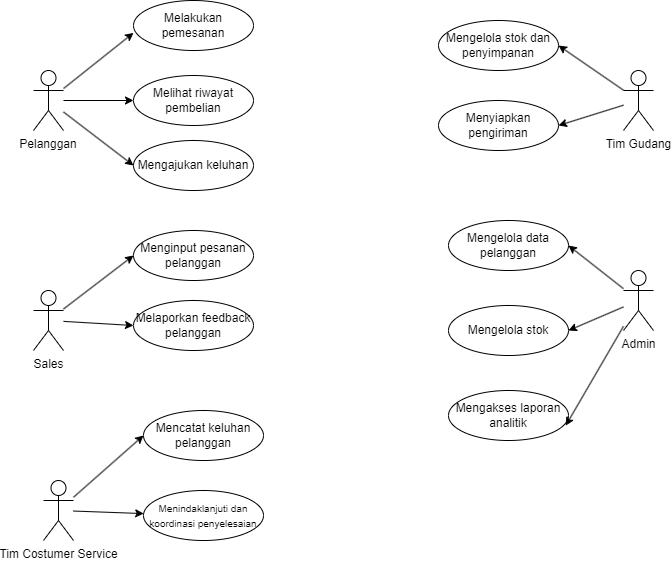
The draw.io diagram usecase.png in Dhegas/diagramSRS, before a commit. Source tidied: cells renumbered, new cells last; positions are measured from the earlier drawing's top-left corner, leaving out a move shared by most shapes. The source it was exported from:
```xml
<mxGraphModel>
  <root>
    <mxCell id="0" />
    <mxCell id="1" parent="0" />
    <mxCell id="2" style="edgeStyle=none;html=1;entryX=0;entryY=0.5;entryDx=0;entryDy=0;" parent="1" edge="1" source="4" target="18">
      <mxGeometry relative="1" as="geometry" />
    </mxCell>
    <mxCell id="3" style="edgeStyle=none;html=1;entryX=0;entryY=0.5;entryDx=0;entryDy=0;" parent="1" edge="1" source="4" target="19">
      <mxGeometry relative="1" as="geometry" />
    </mxCell>
    <mxCell id="4" value="Pelanggan" style="shape=umlActor;verticalLabelPosition=bottom;verticalAlign=top;outlineConnect=0;whiteSpace=wrap;align=center;" parent="1" vertex="1">
      <mxGeometry y="70" width="30" height="60" as="geometry" />
    </mxCell>
    <mxCell id="5" style="edgeStyle=none;html=1;entryX=0;entryY=0.5;entryDx=0;entryDy=0;" parent="1" edge="1" source="7" target="20">
      <mxGeometry relative="1" as="geometry" />
    </mxCell>
    <mxCell id="6" style="edgeStyle=none;html=1;entryX=0;entryY=0.5;entryDx=0;entryDy=0;" parent="1" edge="1" source="7" target="21">
      <mxGeometry relative="1" as="geometry" />
    </mxCell>
    <mxCell id="7" value="Sales" style="shape=umlActor;verticalLabelPosition=bottom;verticalAlign=top;html=1;outlineConnect=0;" parent="1" vertex="1">
      <mxGeometry y="290" width="30" height="60" as="geometry" />
    </mxCell>
    <mxCell id="8" style="edgeStyle=none;html=1;entryX=1;entryY=0.5;entryDx=0;entryDy=0;" parent="1" edge="1" source="10" target="28">
      <mxGeometry relative="1" as="geometry" />
    </mxCell>
    <mxCell id="9" style="edgeStyle=none;html=1;entryX=1;entryY=0.5;entryDx=0;entryDy=0;" parent="1" edge="1" source="10" target="27">
      <mxGeometry relative="1" as="geometry" />
    </mxCell>
    <mxCell id="10" value="Tim Gudang" style="shape=umlActor;verticalLabelPosition=bottom;verticalAlign=top;html=1;outlineConnect=0;" parent="1" vertex="1">
      <mxGeometry x="590" y="70" width="30" height="60" as="geometry" />
    </mxCell>
    <mxCell id="11" style="edgeStyle=none;html=1;entryX=1;entryY=0.5;entryDx=0;entryDy=0;" parent="1" edge="1" source="13" target="26">
      <mxGeometry relative="1" as="geometry" />
    </mxCell>
    <mxCell id="12" style="edgeStyle=none;html=1;entryX=1;entryY=0.5;entryDx=0;entryDy=0;" parent="1" edge="1" source="13" target="25">
      <mxGeometry relative="1" as="geometry" />
    </mxCell>
    <mxCell id="13" value="Admin" style="shape=umlActor;verticalLabelPosition=bottom;verticalAlign=top;html=1;outlineConnect=0;" parent="1" vertex="1">
      <mxGeometry x="590" y="270" width="30" height="60" as="geometry" />
    </mxCell>
    <mxCell id="14" style="edgeStyle=none;html=1;" parent="1" edge="1" source="16" target="23">
      <mxGeometry relative="1" as="geometry" />
    </mxCell>
    <mxCell id="15" style="edgeStyle=none;html=1;entryX=0;entryY=0.5;entryDx=0;entryDy=0;" parent="1" edge="1" source="16" target="22">
      <mxGeometry relative="1" as="geometry" />
    </mxCell>
    <mxCell id="16" value="Tim Costumer Service" style="shape=umlActor;verticalLabelPosition=bottom;verticalAlign=top;html=1;outlineConnect=0;" parent="1" vertex="1">
      <mxGeometry x="10" y="480" width="30" height="60" as="geometry" />
    </mxCell>
    <mxCell id="17" value="Melakukan pemesanan" style="ellipse;whiteSpace=wrap;html=1;" parent="1" vertex="1">
      <mxGeometry x="100" width="120" height="50" as="geometry" />
    </mxCell>
    <mxCell id="18" value="Melihat riwayat pembelian" style="ellipse;whiteSpace=wrap;html=1;" parent="1" vertex="1">
      <mxGeometry x="100" y="75" width="120" height="50" as="geometry" />
    </mxCell>
    <mxCell id="19" value="Mengajukan keluhan" style="ellipse;whiteSpace=wrap;html=1;" parent="1" vertex="1">
      <mxGeometry x="100" y="140" width="120" height="50" as="geometry" />
    </mxCell>
    <mxCell id="20" value="Menginput pesanan pelanggan" style="ellipse;whiteSpace=wrap;html=1;" parent="1" vertex="1">
      <mxGeometry x="100" y="230" width="120" height="50" as="geometry" />
    </mxCell>
    <mxCell id="21" value="Melaporkan feedback pelanggan" style="ellipse;whiteSpace=wrap;html=1;" parent="1" vertex="1">
      <mxGeometry x="100" y="300" width="120" height="50" as="geometry" />
    </mxCell>
    <mxCell id="22" value="Mencatat keluhan pelanggan" style="ellipse;whiteSpace=wrap;html=1;" parent="1" vertex="1">
      <mxGeometry x="110" y="410" width="120" height="50" as="geometry" />
    </mxCell>
    <mxCell id="23" value="&lt;font style=&quot;font-size: 10px; font-weight: normal;&quot;&gt;Menindaklanjuti dan koordinasi penyelesaian&lt;/font&gt;" style="ellipse;whiteSpace=wrap;html=1;fontStyle=1;" parent="1" vertex="1">
      <mxGeometry x="110" y="490" width="120" height="50" as="geometry" />
    </mxCell>
    <mxCell id="24" value="Mengakses laporan analitik" style="ellipse;whiteSpace=wrap;html=1;" parent="1" vertex="1">
      <mxGeometry x="415" y="390" width="120" height="50" as="geometry" />
    </mxCell>
    <mxCell id="25" value="Mengelola stok" style="ellipse;whiteSpace=wrap;html=1;" parent="1" vertex="1">
      <mxGeometry x="415" y="305" width="120" height="50" as="geometry" />
    </mxCell>
    <mxCell id="26" value="Mengelola data pelanggan" style="ellipse;whiteSpace=wrap;html=1;" parent="1" vertex="1">
      <mxGeometry x="415" y="220" width="120" height="50" as="geometry" />
    </mxCell>
    <mxCell id="27" value="Menyiapkan pengiriman" style="ellipse;whiteSpace=wrap;html=1;" parent="1" vertex="1">
      <mxGeometry x="405" y="100" width="120" height="50" as="geometry" />
    </mxCell>
    <mxCell id="28" value="Mengelola stok dan penyimpanan" style="ellipse;whiteSpace=wrap;html=1;" parent="1" vertex="1">
      <mxGeometry x="405" y="20" width="120" height="50" as="geometry" />
    </mxCell>
    <mxCell id="29" style="edgeStyle=none;html=1;entryX=0;entryY=0.647;entryDx=0;entryDy=0;entryPerimeter=0;" parent="1" edge="1" source="4" target="17">
      <mxGeometry relative="1" as="geometry" />
    </mxCell>
    <mxCell id="30" style="edgeStyle=none;html=1;entryX=0.977;entryY=0.702;entryDx=0;entryDy=0;entryPerimeter=0;" parent="1" edge="1" source="13" target="24">
      <mxGeometry relative="1" as="geometry" />
    </mxCell>
  </root>
</mxGraphModel>
```
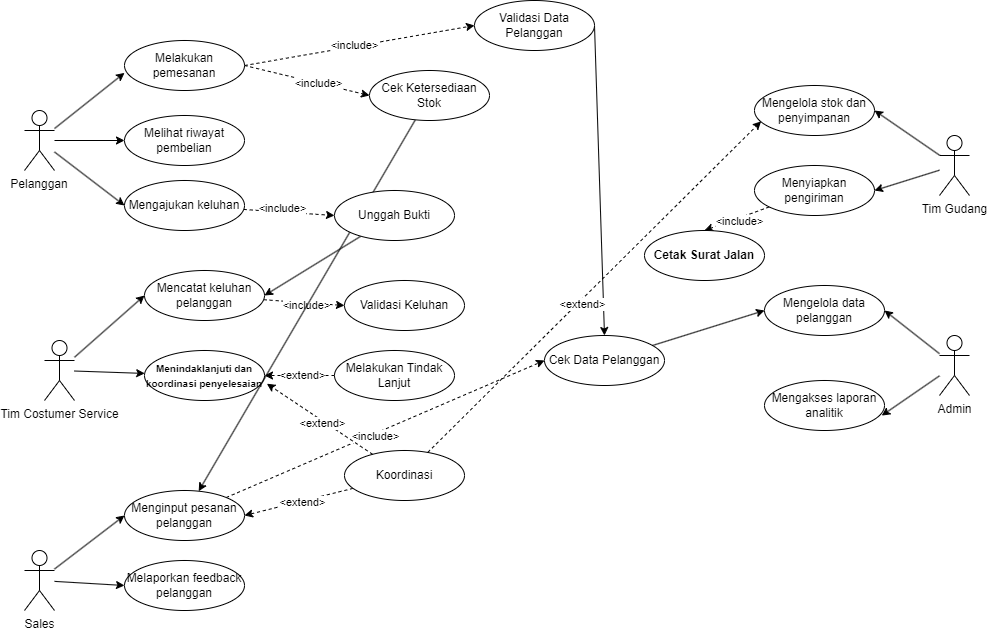
The same diagram one commit later.

Commit message:
update usecase bisnis

Diff of the diagram source:
```diff
@@ -18,7 +18,7 @@
       <mxGeometry relative="1" as="geometry" />
     </mxCell>
     <mxCell id="7" value="Sales" style="shape=umlActor;verticalLabelPosition=bottom;verticalAlign=top;html=1;outlineConnect=0;" parent="1" vertex="1">
-      <mxGeometry y="290" width="30" height="60" as="geometry" />
+      <mxGeometry y="510" width="30" height="60" as="geometry" />
     </mxCell>
     <mxCell id="8" style="edgeStyle=none;html=1;entryX=1;entryY=0.5;entryDx=0;entryDy=0;" parent="1" edge="1" source="10" target="28">
       <mxGeometry relative="1" as="geometry" />
@@ -27,16 +27,13 @@
       <mxGeometry relative="1" as="geometry" />
     </mxCell>
     <mxCell id="10" value="Tim Gudang" style="shape=umlActor;verticalLabelPosition=bottom;verticalAlign=top;html=1;outlineConnect=0;" parent="1" vertex="1">
-      <mxGeometry x="590" y="70" width="30" height="60" as="geometry" />
+      <mxGeometry x="915" y="95" width="30" height="60" as="geometry" />
     </mxCell>
     <mxCell id="11" style="edgeStyle=none;html=1;entryX=1;entryY=0.5;entryDx=0;entryDy=0;" parent="1" edge="1" source="13" target="26">
       <mxGeometry relative="1" as="geometry" />
     </mxCell>
-    <mxCell id="12" style="edgeStyle=none;html=1;entryX=1;entryY=0.5;entryDx=0;entryDy=0;" parent="1" edge="1" source="13" target="25">
-      <mxGeometry relative="1" as="geometry" />
-    </mxCell>
     <mxCell id="13" value="Admin" style="shape=umlActor;verticalLabelPosition=bottom;verticalAlign=top;html=1;outlineConnect=0;" parent="1" vertex="1">
-      <mxGeometry x="590" y="270" width="30" height="60" as="geometry" />
+      <mxGeometry x="915" y="295" width="30" height="60" as="geometry" />
     </mxCell>
     <mxCell id="14" style="edgeStyle=none;html=1;" parent="1" edge="1" source="16" target="23">
       <mxGeometry relative="1" as="geometry" />
@@ -45,43 +42,78 @@
       <mxGeometry relative="1" as="geometry" />
     </mxCell>
     <mxCell id="16" value="Tim Costumer Service" style="shape=umlActor;verticalLabelPosition=bottom;verticalAlign=top;html=1;outlineConnect=0;" parent="1" vertex="1">
-      <mxGeometry x="10" y="480" width="30" height="60" as="geometry" />
+      <mxGeometry x="20" y="300" width="30" height="60" as="geometry" />
     </mxCell>
+    <mxCell id="31" style="edgeStyle=none;html=1;exitX=1;exitY=0.5;exitDx=0;exitDy=0;entryX=0;entryY=0.5;entryDx=0;entryDy=0;dashed=1;" parent="1" edge="1" source="17" target="44">
+      <mxGeometry relative="1" as="geometry" />
+    </mxCell>
+    <mxCell id="32" value="&amp;lt;include&amp;gt;" style="edgeLabel;html=1;align=center;verticalAlign=middle;" parent="31" vertex="1">
+      <mxGeometry x="-0.05" y="2" relative="1" as="geometry" />
+    </mxCell>
+    <mxCell id="33" style="edgeStyle=none;html=1;entryX=0;entryY=0.5;entryDx=0;entryDy=0;exitX=1;exitY=0.5;exitDx=0;exitDy=0;dashed=1;" parent="1" edge="1" source="17" target="46">
+      <mxGeometry relative="1" as="geometry" />
+    </mxCell>
+    <mxCell id="34" value="&amp;lt;include&amp;gt;" style="edgeLabel;html=1;align=center;verticalAlign=middle;" parent="33" vertex="1">
+      <mxGeometry x="0.18" relative="1" as="geometry" />
+    </mxCell>
     <mxCell id="17" value="Melakukan pemesanan" style="ellipse;whiteSpace=wrap;html=1;" parent="1" vertex="1">
       <mxGeometry x="100" width="120" height="50" as="geometry" />
     </mxCell>
     <mxCell id="18" value="Melihat riwayat pembelian" style="ellipse;whiteSpace=wrap;html=1;" parent="1" vertex="1">
       <mxGeometry x="100" y="75" width="120" height="50" as="geometry" />
     </mxCell>
+    <mxCell id="35" style="edgeStyle=none;html=1;entryX=0;entryY=0.5;entryDx=0;entryDy=0;dashed=1;" parent="1" edge="1" source="19" target="48">
+      <mxGeometry relative="1" as="geometry" />
+    </mxCell>
+    <mxCell id="36" value="&amp;lt;include&amp;gt;" style="edgeLabel;html=1;align=center;verticalAlign=middle;" parent="35" vertex="1">
+      <mxGeometry x="-0.17" y="4" relative="1" as="geometry" />
+    </mxCell>
     <mxCell id="19" value="Mengajukan keluhan" style="ellipse;whiteSpace=wrap;html=1;" parent="1" vertex="1">
       <mxGeometry x="100" y="140" width="120" height="50" as="geometry" />
     </mxCell>
+    <mxCell id="37" style="edgeStyle=none;html=1;entryX=0;entryY=0.5;entryDx=0;entryDy=0;dashed=1;" parent="1" edge="1" source="20" target="62">
+      <mxGeometry relative="1" as="geometry" />
+    </mxCell>
+    <mxCell id="38" value="&amp;lt;include&amp;gt;" style="edgeLabel;html=1;align=center;verticalAlign=middle;" parent="37" vertex="1">
+      <mxGeometry x="-0.07" y="-3" relative="1" as="geometry">
+        <mxPoint x="-1" y="-1" as="offset" />
+      </mxGeometry>
+    </mxCell>
     <mxCell id="20" value="Menginput pesanan pelanggan" style="ellipse;whiteSpace=wrap;html=1;" parent="1" vertex="1">
-      <mxGeometry x="100" y="230" width="120" height="50" as="geometry" />
+      <mxGeometry x="100" y="450" width="120" height="50" as="geometry" />
     </mxCell>
     <mxCell id="21" value="Melaporkan feedback pelanggan" style="ellipse;whiteSpace=wrap;html=1;" parent="1" vertex="1">
-      <mxGeometry x="100" y="300" width="120" height="50" as="geometry" />
+      <mxGeometry x="100" y="520" width="120" height="50" as="geometry" />
     </mxCell>
+    <mxCell id="39" style="edgeStyle=none;html=1;entryX=0;entryY=0.5;entryDx=0;entryDy=0;dashed=1;" parent="1" edge="1" source="22" target="59">
+      <mxGeometry relative="1" as="geometry" />
+    </mxCell>
+    <mxCell id="40" value="&amp;lt;include&amp;gt;" style="edgeLabel;html=1;align=center;verticalAlign=middle;" parent="39" vertex="1">
+      <mxGeometry x="0.05" y="-2" relative="1" as="geometry" />
+    </mxCell>
     <mxCell id="22" value="Mencatat keluhan pelanggan" style="ellipse;whiteSpace=wrap;html=1;" parent="1" vertex="1">
-      <mxGeometry x="110" y="410" width="120" height="50" as="geometry" />
+      <mxGeometry x="120" y="230" width="120" height="50" as="geometry" />
     </mxCell>
-    <mxCell id="23" value="&lt;font style=&quot;font-size: 10px; font-weight: normal;&quot;&gt;Menindaklanjuti dan koordinasi penyelesaian&lt;/font&gt;" style="ellipse;whiteSpace=wrap;html=1;fontStyle=1;" parent="1" vertex="1">
-      <mxGeometry x="110" y="490" width="120" height="50" as="geometry" />
+    <mxCell id="23" value="&lt;font style=&quot;font-size: 10px;&quot;&gt;Menindaklanjuti dan koordinasi penyelesaian&lt;/font&gt;" style="ellipse;whiteSpace=wrap;html=1;fontStyle=1;" parent="1" vertex="1">
+      <mxGeometry x="120" y="310" width="120" height="50" as="geometry" />
     </mxCell>
     <mxCell id="24" value="Mengakses laporan analitik" style="ellipse;whiteSpace=wrap;html=1;" parent="1" vertex="1">
-      <mxGeometry x="415" y="390" width="120" height="50" as="geometry" />
+      <mxGeometry x="740" y="340" width="120" height="50" as="geometry" />
     </mxCell>
-    <mxCell id="25" value="Mengelola stok" style="ellipse;whiteSpace=wrap;html=1;" parent="1" vertex="1">
-      <mxGeometry x="415" y="305" width="120" height="50" as="geometry" />
-    </mxCell>
     <mxCell id="26" value="Mengelola data pelanggan" style="ellipse;whiteSpace=wrap;html=1;" parent="1" vertex="1">
-      <mxGeometry x="415" y="220" width="120" height="50" as="geometry" />
+      <mxGeometry x="740" y="245" width="120" height="50" as="geometry" />
     </mxCell>
+    <mxCell id="41" style="edgeStyle=none;html=1;entryX=0.5;entryY=0;entryDx=0;entryDy=0;dashed=1;" parent="1" edge="1" source="27" target="60">
+      <mxGeometry relative="1" as="geometry" />
+    </mxCell>
+    <mxCell id="42" value="&amp;lt;include&amp;gt;" style="edgeLabel;html=1;align=center;verticalAlign=middle;" parent="41" vertex="1">
+      <mxGeometry x="-0.04" y="3" relative="1" as="geometry" />
+    </mxCell>
     <mxCell id="27" value="Menyiapkan pengiriman" style="ellipse;whiteSpace=wrap;html=1;" parent="1" vertex="1">
-      <mxGeometry x="405" y="100" width="120" height="50" as="geometry" />
+      <mxGeometry x="730" y="125" width="120" height="50" as="geometry" />
     </mxCell>
     <mxCell id="28" value="Mengelola stok dan penyimpanan" style="ellipse;whiteSpace=wrap;html=1;" parent="1" vertex="1">
-      <mxGeometry x="405" y="20" width="120" height="50" as="geometry" />
+      <mxGeometry x="730" y="45" width="120" height="50" as="geometry" />
     </mxCell>
     <mxCell id="29" style="edgeStyle=none;html=1;entryX=0;entryY=0.647;entryDx=0;entryDy=0;entryPerimeter=0;" parent="1" edge="1" source="4" target="17">
       <mxGeometry relative="1" as="geometry" />
@@ -89,5 +121,65 @@
     <mxCell id="30" style="edgeStyle=none;html=1;entryX=0.977;entryY=0.702;entryDx=0;entryDy=0;entryPerimeter=0;" parent="1" edge="1" source="13" target="24">
       <mxGeometry relative="1" as="geometry" />
     </mxCell>
+    <mxCell id="43" style="edgeStyle=none;html=1;entryX=0.5;entryY=0;entryDx=0;entryDy=0;exitX=1;exitY=0.5;exitDx=0;exitDy=0;" parent="1" edge="1" source="44" target="62">
+      <mxGeometry relative="1" as="geometry" />
+    </mxCell>
+    <mxCell id="44" value="Validasi Data Pelanggan" style="ellipse;whiteSpace=wrap;html=1;" parent="1" vertex="1">
+      <mxGeometry x="450" y="-40" width="120" height="50" as="geometry" />
+    </mxCell>
+    <mxCell id="45" style="edgeStyle=none;html=1;" parent="1" edge="1" source="46" target="20">
+      <mxGeometry relative="1" as="geometry" />
+    </mxCell>
+    <mxCell id="46" value="Cek Ketersediaan Stok" style="ellipse;whiteSpace=wrap;html=1;" parent="1" vertex="1">
+      <mxGeometry x="345" y="30" width="120" height="50" as="geometry" />
+    </mxCell>
+    <mxCell id="47" style="edgeStyle=none;html=1;entryX=1;entryY=0.5;entryDx=0;entryDy=0;" parent="1" edge="1" source="48" target="22">
+      <mxGeometry relative="1" as="geometry" />
+    </mxCell>
+    <mxCell id="48" value="Unggah Bukti " style="ellipse;whiteSpace=wrap;html=1;" parent="1" vertex="1">
+      <mxGeometry x="310" y="150" width="120" height="50" as="geometry" />
+    </mxCell>
+    <mxCell id="49" style="edgeStyle=none;html=1;entryX=1;entryY=0.5;entryDx=0;entryDy=0;dashed=1;" parent="1" edge="1" source="51" target="23">
+      <mxGeometry relative="1" as="geometry" />
+    </mxCell>
+    <mxCell id="50" value="&amp;lt;extend&amp;gt;" style="edgeLabel;html=1;align=center;verticalAlign=middle;" parent="49" vertex="1">
+      <mxGeometry x="-0.06" y="-1" relative="1" as="geometry" />
+    </mxCell>
+    <mxCell id="51" value="Melakukan Tindak Lanjut" style="ellipse;whiteSpace=wrap;html=1;" parent="1" vertex="1">
+      <mxGeometry x="310" y="310" width="120" height="50" as="geometry" />
+    </mxCell>
+    <mxCell id="52" style="edgeStyle=none;html=1;entryX=1;entryY=0.5;entryDx=0;entryDy=0;dashed=1;" parent="1" edge="1" source="54" target="20">
+      <mxGeometry relative="1" as="geometry" />
+    </mxCell>
+    <mxCell id="53" value="&amp;lt;extend&amp;gt;" style="edgeLabel;html=1;align=center;verticalAlign=middle;" parent="52" vertex="1">
+      <mxGeometry x="-0.06" y="1" relative="1" as="geometry" />
+    </mxCell>
+    <mxCell id="54" value="Koordinasi" style="ellipse;whiteSpace=wrap;html=1;" parent="1" vertex="1">
+      <mxGeometry x="320" y="410" width="120" height="50" as="geometry" />
+    </mxCell>
+    <mxCell id="55" style="edgeStyle=none;html=1;entryX=1.02;entryY=0.664;entryDx=0;entryDy=0;entryPerimeter=0;dashed=1;" parent="1" edge="1" source="54" target="23">
+      <mxGeometry relative="1" as="geometry" />
+    </mxCell>
+    <mxCell id="56" value="&amp;lt;extend&amp;gt;" style="edgeLabel;html=1;align=center;verticalAlign=middle;" parent="55" vertex="1">
+      <mxGeometry x="-0.06" y="2" relative="1" as="geometry" />
+    </mxCell>
+    <mxCell id="57" style="edgeStyle=none;html=1;entryX=0.055;entryY=0.717;entryDx=0;entryDy=0;entryPerimeter=0;dashed=1;" parent="1" edge="1" source="54" target="28">
+      <mxGeometry relative="1" as="geometry" />
+    </mxCell>
+    <mxCell id="58" value="&amp;lt;extend&amp;gt;" style="edgeLabel;html=1;align=center;verticalAlign=middle;" parent="57" vertex="1">
+      <mxGeometry x="-0.09" y="-3" relative="1" as="geometry" />
+    </mxCell>
+    <mxCell id="59" value="Validasi Keluhan" style="ellipse;whiteSpace=wrap;html=1;" parent="1" vertex="1">
+      <mxGeometry x="320" y="240" width="120" height="50" as="geometry" />
+    </mxCell>
+    <mxCell id="60" value="&lt;strong&gt;Cetak Surat Jalan&lt;/strong&gt;" style="ellipse;whiteSpace=wrap;html=1;" parent="1" vertex="1">
+      <mxGeometry x="620" y="190" width="120" height="50" as="geometry" />
+    </mxCell>
+    <mxCell id="61" style="edgeStyle=none;html=1;entryX=0;entryY=0.5;entryDx=0;entryDy=0;" parent="1" edge="1" source="62" target="26">
+      <mxGeometry relative="1" as="geometry" />
+    </mxCell>
+    <mxCell id="62" value="Cek Data Pelanggan" style="ellipse;whiteSpace=wrap;html=1;" parent="1" vertex="1">
+      <mxGeometry x="520" y="295" width="120" height="50" as="geometry" />
+    </mxCell>
   </root>
 </mxGraphModel>
```
